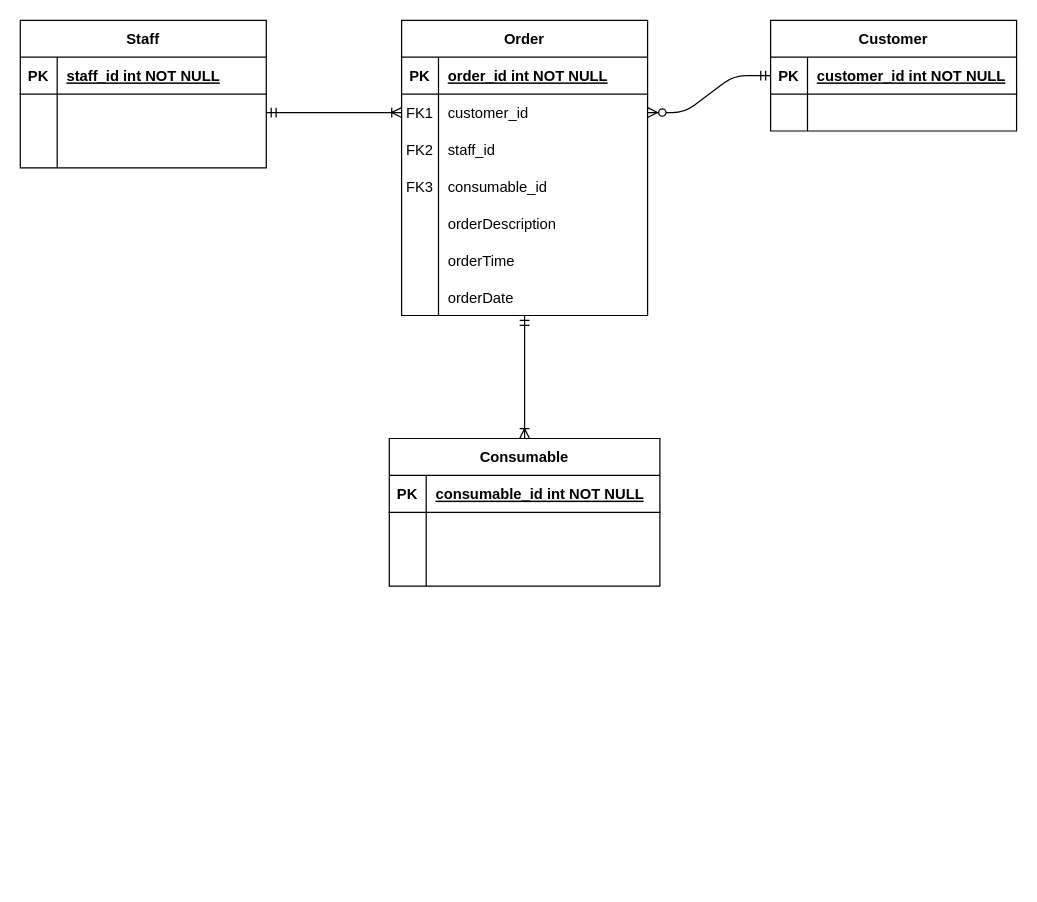
BeoVR6R/CMPG-223-Data-Model keeps this draw.io diagram as Physical_Data_Model.drawio. Above is the earlier version. Source tidied: cells renumbered, new cells numbered last; positions are measured from the earlier drawing's top-left corner, leaving out a move shared by most shapes. Both pictures are drawn from the tidied source at 123%, with x=0, y=0 at pixel (20, 20).
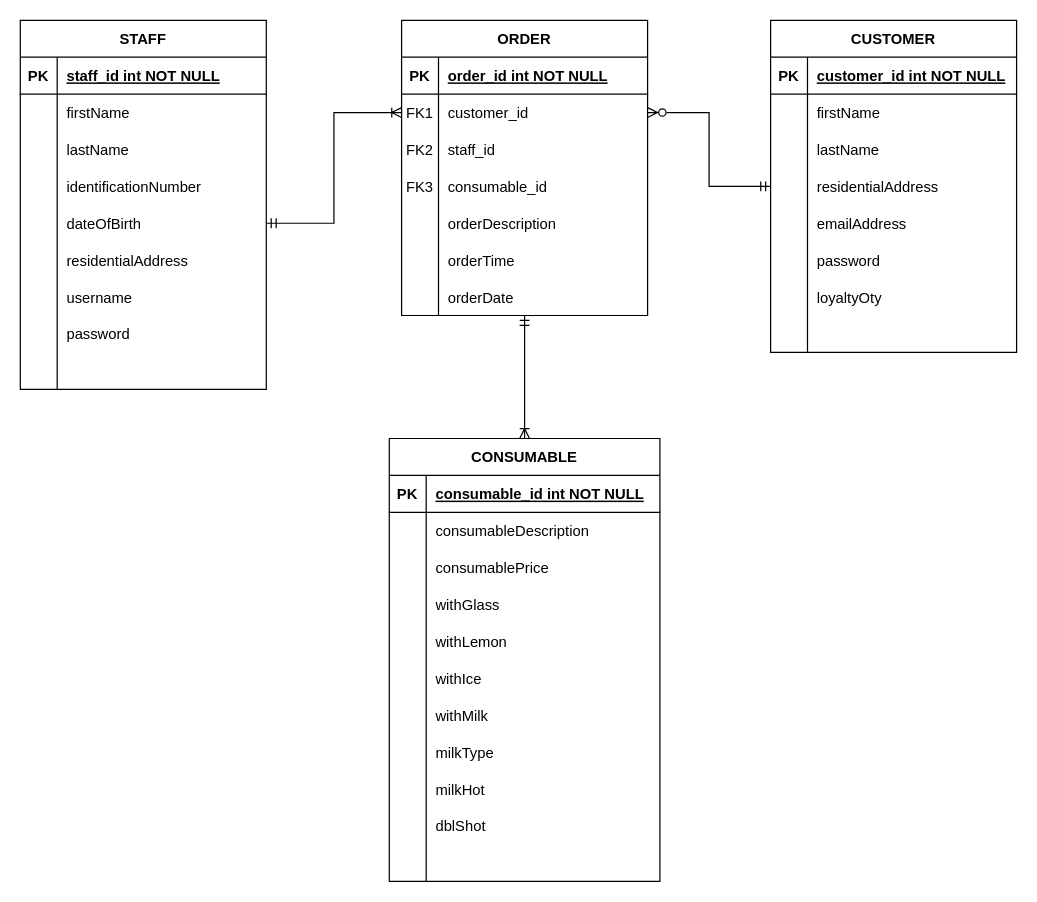
The same diagram, later.

Unchanged cells that the change refers to:
```xml
<mxCell id="7" style="shape=partialRectangle;fillColor=none;points=[[0,0.5],[1,0.5]];portConstraint=eastwest;top=0;left=0;right=0;bottom=0;" parent="3" vertex="1">
  <mxGeometry y="60" width="200" height="30" as="geometry" />
</mxCell>
<mxCell id="37" style="shape=partialRectangle;fillColor=none;points=[[0,0.5],[1,0.5]];portConstraint=eastwest;top=0;left=0;right=0;bottom=1;" parent="36" vertex="1">
  <mxGeometry y="30" width="200" height="30" as="geometry" />
</mxCell>
```

Diff of the diagram source:
```diff
@@
-    <mxCell id="2" style="edgeStyle=entityRelationEdgeStyle;endArrow=ERzeroToMany;startArrow=ERmandOne;endFill=1;startFill=0;" parent="1" edge="1" source="37" target="7">
-      <mxGeometry relative="1" as="geometry" />
-    </mxCell>
-    <mxCell id="3" value="Order" style="shape=table;startSize=30;childLayout=tableLayout;rowLines=0;fontStyle=1;align=center;" parent="1" vertex="1">
+    <mxCell id="3" value="ORDER" style="shape=table;startSize=30;childLayout=tableLayout;rowLines=0;fontStyle=1;align=center;" parent="1" vertex="1">
       <mxGeometry x="310" width="200" height="240" as="geometry" />
     </mxCell>
@@
-    <mxCell id="26" value="Consumable" style="shape=table;startSize=30;childLayout=tableLayout;rowLines=0;fontStyle=1;align=center;" parent="1" vertex="1">
-      <mxGeometry x="300" y="340" width="220" height="120" as="geometry" />
+    <mxCell id="26" value="CONSUMABLE" style="shape=table;startSize=30;childLayout=tableLayout;rowLines=0;fontStyle=1;align=center;" parent="1" vertex="1">
+      <mxGeometry x="300" y="340" width="220" height="360" as="geometry" />
     </mxCell>
@@
+    <mxCell id="33" style="shape=partialRectangle;fillColor=none;top=0;left=0;right=0;bottom=0;" parent="26" vertex="1">
+      <mxGeometry y="60" width="220" height="30" as="geometry" />
+    </mxCell>
+    <mxCell id="34" style="shape=partialRectangle;overflow=hidden;fillColor=none;top=0;left=0;bottom=0;right=0;" parent="33" vertex="1">
+      <mxGeometry width="30" height="30" as="geometry" />
+    </mxCell>
+    <mxCell id="35" value="consumableDescription" style="shape=partialRectangle;overflow=hidden;fillColor=none;top=0;left=0;bottom=0;right=0;align=left;spacingLeft=6;" parent="33" vertex="1">
+      <mxGeometry x="30" width="190" height="30" as="geometry" />
+    </mxCell>
+    <mxCell id="54" style="shape=partialRectangle;fillColor=none;top=0;left=0;right=0;bottom=0;" parent="26" vertex="1">
+      <mxGeometry y="90" width="220" height="30" as="geometry" />
+    </mxCell>
+    <mxCell id="55" style="shape=partialRectangle;overflow=hidden;fillColor=none;top=0;left=0;bottom=0;right=0;" parent="54" vertex="1">
+      <mxGeometry width="30" height="30" as="geometry" />
+    </mxCell>
+    <mxCell id="56" value="consumablePrice" style="shape=partialRectangle;overflow=hidden;fillColor=none;top=0;left=0;bottom=0;right=0;align=left;spacingLeft=6;" parent="54" vertex="1">
+      <mxGeometry x="30" width="190" height="30" as="geometry" />
+    </mxCell>
+    <mxCell id="57" style="shape=partialRectangle;fillColor=none;top=0;left=0;right=0;bottom=0;" parent="26" vertex="1">
+      <mxGeometry y="120" width="220" height="30" as="geometry" />
+    </mxCell>
+    <mxCell id="58" style="shape=partialRectangle;overflow=hidden;fillColor=none;top=0;left=0;bottom=0;right=0;" parent="57" vertex="1">
+      <mxGeometry width="30" height="30" as="geometry" />
+    </mxCell>
+    <mxCell id="59" value="withGlass" style="shape=partialRectangle;overflow=hidden;fillColor=none;top=0;left=0;bottom=0;right=0;align=left;spacingLeft=6;" parent="57" vertex="1">
+      <mxGeometry x="30" width="190" height="30" as="geometry" />
+    </mxCell>
+    <mxCell id="60" style="shape=partialRectangle;fillColor=none;top=0;left=0;right=0;bottom=0;" parent="26" vertex="1">
+      <mxGeometry y="150" width="220" height="30" as="geometry" />
+    </mxCell>
+    <mxCell id="61" style="shape=partialRectangle;overflow=hidden;fillColor=none;top=0;left=0;bottom=0;right=0;" parent="60" vertex="1">
+      <mxGeometry width="30" height="30" as="geometry" />
+    </mxCell>
+    <mxCell id="62" value="withLemon" style="shape=partialRectangle;overflow=hidden;fillColor=none;top=0;left=0;bottom=0;right=0;align=left;spacingLeft=6;" parent="60" vertex="1">
+      <mxGeometry x="30" width="190" height="30" as="geometry" />
+    </mxCell>
+    <mxCell id="63" style="shape=partialRectangle;fillColor=none;top=0;left=0;right=0;bottom=0;" parent="26" vertex="1">
+      <mxGeometry y="180" width="220" height="30" as="geometry" />
+    </mxCell>
+    <mxCell id="64" style="shape=partialRectangle;overflow=hidden;fillColor=none;top=0;left=0;bottom=0;right=0;" parent="63" vertex="1">
+      <mxGeometry width="30" height="30" as="geometry" />
+    </mxCell>
+    <mxCell id="65" value="withIce" style="shape=partialRectangle;overflow=hidden;fillColor=none;top=0;left=0;bottom=0;right=0;align=left;spacingLeft=6;" parent="63" vertex="1">
+      <mxGeometry x="30" width="190" height="30" as="geometry" />
+    </mxCell>
+    <mxCell id="66" style="shape=partialRectangle;fillColor=none;top=0;left=0;right=0;bottom=0;" parent="26" vertex="1">
+      <mxGeometry y="210" width="220" height="30" as="geometry" />
+    </mxCell>
+    <mxCell id="67" style="shape=partialRectangle;overflow=hidden;fillColor=none;top=0;left=0;bottom=0;right=0;" parent="66" vertex="1">
+      <mxGeometry width="30" height="30" as="geometry" />
+    </mxCell>
+    <mxCell id="68" value="withMilk" style="shape=partialRectangle;overflow=hidden;fillColor=none;top=0;left=0;bottom=0;right=0;align=left;spacingLeft=6;" parent="66" vertex="1">
+      <mxGeometry x="30" width="190" height="30" as="geometry" />
+    </mxCell>
+    <mxCell id="69" style="shape=partialRectangle;fillColor=none;top=0;left=0;right=0;bottom=0;" parent="26" vertex="1">
+      <mxGeometry y="240" width="220" height="30" as="geometry" />
+    </mxCell>
+    <mxCell id="70" style="shape=partialRectangle;overflow=hidden;fillColor=none;top=0;left=0;bottom=0;right=0;" parent="69" vertex="1">
+      <mxGeometry width="30" height="30" as="geometry" />
+    </mxCell>
+    <mxCell id="71" value="milkType" style="shape=partialRectangle;overflow=hidden;fillColor=none;top=0;left=0;bottom=0;right=0;align=left;spacingLeft=6;" parent="69" vertex="1">
+      <mxGeometry x="30" width="190" height="30" as="geometry" />
+    </mxCell>
+    <mxCell id="72" style="shape=partialRectangle;fillColor=none;top=0;left=0;right=0;bottom=0;" parent="26" vertex="1">
+      <mxGeometry y="270" width="220" height="30" as="geometry" />
+    </mxCell>
+    <mxCell id="73" style="shape=partialRectangle;overflow=hidden;fillColor=none;top=0;left=0;bottom=0;right=0;" parent="72" vertex="1">
+      <mxGeometry width="30" height="30" as="geometry" />
+    </mxCell>
+    <mxCell id="74" value="milkHot" style="shape=partialRectangle;overflow=hidden;fillColor=none;top=0;left=0;bottom=0;right=0;align=left;spacingLeft=6;" parent="72" vertex="1">
+      <mxGeometry x="30" width="190" height="30" as="geometry" />
+    </mxCell>
+    <mxCell id="75" style="shape=partialRectangle;fillColor=none;top=0;left=0;right=0;bottom=0;" parent="26" vertex="1">
+      <mxGeometry y="300" width="220" height="30" as="geometry" />
+    </mxCell>
+    <mxCell id="76" style="shape=partialRectangle;overflow=hidden;fillColor=none;top=0;left=0;bottom=0;right=0;" parent="75" vertex="1">
+      <mxGeometry width="30" height="30" as="geometry" />
+    </mxCell>
+    <mxCell id="77" value="dblShot" style="shape=partialRectangle;overflow=hidden;fillColor=none;top=0;left=0;bottom=0;right=0;align=left;spacingLeft=6;" parent="75" vertex="1">
+      <mxGeometry x="30" width="190" height="30" as="geometry" />
+    </mxCell>
     <mxCell id="30" style="shape=partialRectangle;fillColor=none;top=0;left=0;right=0;bottom=0;" parent="26" vertex="1">
-      <mxGeometry y="60" width="220" height="30" as="geometry" />
+      <mxGeometry y="330" width="220" height="30" as="geometry" />
     </mxCell>
@@
-    <mxCell id="33" style="shape=partialRectangle;fillColor=none;top=0;left=0;right=0;bottom=0;" parent="26" vertex="1">
-      <mxGeometry y="90" width="220" height="30" as="geometry" />
-    </mxCell>
-    <mxCell id="34" style="shape=partialRectangle;overflow=hidden;fillColor=none;top=0;left=0;bottom=0;right=0;" parent="33" vertex="1">
-      <mxGeometry width="30" height="30" as="geometry" />
-    </mxCell>
-    <mxCell id="35" style="shape=partialRectangle;overflow=hidden;fillColor=none;top=0;left=0;bottom=0;right=0;align=left;spacingLeft=6;" parent="33" vertex="1">
-      <mxGeometry x="30" width="190" height="30" as="geometry" />
-    </mxCell>
-    <mxCell id="36" value="Customer" style="shape=table;startSize=30;childLayout=tableLayout;rowLines=0;fontStyle=1;align=center;" parent="1" vertex="1">
-      <mxGeometry x="610" width="200" height="90" as="geometry" />
+    <mxCell id="36" value="CUSTOMER" style="shape=table;startSize=30;childLayout=tableLayout;rowLines=0;fontStyle=1;align=center;" parent="1" vertex="1">
+      <mxGeometry x="610" width="200" height="270" as="geometry" />
     </mxCell>
@@
+    <mxCell id="78" style="shape=partialRectangle;fillColor=none;top=0;left=0;right=0;bottom=0;" parent="36" vertex="1">
+      <mxGeometry y="60" width="200" height="30" as="geometry" />
+    </mxCell>
+    <mxCell id="79" style="shape=partialRectangle;overflow=hidden;fillColor=none;top=0;left=0;bottom=0;right=0;" parent="78" vertex="1">
+      <mxGeometry width="30" height="30" as="geometry" />
+    </mxCell>
+    <mxCell id="80" value="firstName" style="shape=partialRectangle;overflow=hidden;fillColor=none;top=0;left=0;bottom=0;right=0;align=left;spacingLeft=6;" parent="78" vertex="1">
+      <mxGeometry x="30" width="170" height="30" as="geometry" />
+    </mxCell>
+    <mxCell id="81" style="shape=partialRectangle;fillColor=none;top=0;left=0;right=0;bottom=0;" parent="36" vertex="1">
+      <mxGeometry y="90" width="200" height="30" as="geometry" />
+    </mxCell>
+    <mxCell id="82" style="shape=partialRectangle;overflow=hidden;fillColor=none;top=0;left=0;bottom=0;right=0;" parent="81" vertex="1">
+      <mxGeometry width="30" height="30" as="geometry" />
+    </mxCell>
+    <mxCell id="83" value="lastName" style="shape=partialRectangle;overflow=hidden;fillColor=none;top=0;left=0;bottom=0;right=0;align=left;spacingLeft=6;" parent="81" vertex="1">
+      <mxGeometry x="30" width="170" height="30" as="geometry" />
+    </mxCell>
+    <mxCell id="84" style="shape=partialRectangle;fillColor=none;points=[[0,0.5],[1,0.5]];portConstraint=eastwest;top=0;left=0;right=0;bottom=0;" parent="36" vertex="1">
+      <mxGeometry y="120" width="200" height="30" as="geometry" />
+    </mxCell>
+    <mxCell id="85" style="shape=partialRectangle;overflow=hidden;fillColor=none;top=0;left=0;bottom=0;right=0;" parent="84" vertex="1">
+      <mxGeometry width="30" height="30" as="geometry" />
+    </mxCell>
+    <mxCell id="86" value="residentialAddress" style="shape=partialRectangle;overflow=hidden;fillColor=none;top=0;left=0;bottom=0;right=0;align=left;spacingLeft=6;" parent="84" vertex="1">
+      <mxGeometry x="30" width="170" height="30" as="geometry" />
+    </mxCell>
+    <mxCell id="87" style="shape=partialRectangle;fillColor=none;top=0;left=0;right=0;bottom=0;" parent="36" vertex="1">
+      <mxGeometry y="150" width="200" height="30" as="geometry" />
+    </mxCell>
+    <mxCell id="88" style="shape=partialRectangle;overflow=hidden;fillColor=none;top=0;left=0;bottom=0;right=0;" parent="87" vertex="1">
+      <mxGeometry width="30" height="30" as="geometry" />
+    </mxCell>
+    <mxCell id="89" value="emailAddress" style="shape=partialRectangle;overflow=hidden;fillColor=none;top=0;left=0;bottom=0;right=0;align=left;spacingLeft=6;" parent="87" vertex="1">
+      <mxGeometry x="30" width="170" height="30" as="geometry" />
+    </mxCell>
+    <mxCell id="90" style="shape=partialRectangle;fillColor=none;top=0;left=0;right=0;bottom=0;" parent="36" vertex="1">
+      <mxGeometry y="180" width="200" height="30" as="geometry" />
+    </mxCell>
+    <mxCell id="91" style="shape=partialRectangle;overflow=hidden;fillColor=none;top=0;left=0;bottom=0;right=0;" parent="90" vertex="1">
+      <mxGeometry width="30" height="30" as="geometry" />
+    </mxCell>
+    <mxCell id="92" value="password" style="shape=partialRectangle;overflow=hidden;fillColor=none;top=0;left=0;bottom=0;right=0;align=left;spacingLeft=6;" parent="90" vertex="1">
+      <mxGeometry x="30" width="170" height="30" as="geometry" />
+    </mxCell>
+    <mxCell id="93" style="shape=partialRectangle;fillColor=none;top=0;left=0;right=0;bottom=0;" parent="36" vertex="1">
+      <mxGeometry y="210" width="200" height="30" as="geometry" />
+    </mxCell>
+    <mxCell id="94" style="shape=partialRectangle;overflow=hidden;fillColor=none;top=0;left=0;bottom=0;right=0;" parent="93" vertex="1">
+      <mxGeometry width="30" height="30" as="geometry" />
+    </mxCell>
+    <mxCell id="95" value="loyaltyOty" style="shape=partialRectangle;overflow=hidden;fillColor=none;top=0;left=0;bottom=0;right=0;align=left;spacingLeft=6;" parent="93" vertex="1">
+      <mxGeometry x="30" width="170" height="30" as="geometry" />
+    </mxCell>
     <mxCell id="40" style="shape=partialRectangle;fillColor=none;top=0;left=0;right=0;bottom=0;" parent="36" vertex="1">
-      <mxGeometry y="60" width="200" height="30" as="geometry" />
+      <mxGeometry y="240" width="200" height="30" as="geometry" />
     </mxCell>
@@
-    <mxCell id="43" value="Staff" style="shape=table;startSize=30;childLayout=tableLayout;rowLines=0;fontStyle=1;align=center;" parent="1" vertex="1">
-      <mxGeometry width="200" height="120" as="geometry" />
+    <mxCell id="43" value="STAFF" style="shape=table;startSize=30;childLayout=tableLayout;rowLines=0;fontStyle=1;align=center;" parent="1" vertex="1">
+      <mxGeometry width="200" height="300" as="geometry" />
     </mxCell>
@@
+    <mxCell id="50" style="shape=partialRectangle;fillColor=none;top=0;left=0;right=0;bottom=0;" parent="43" vertex="1">
+      <mxGeometry y="60" width="200" height="30" as="geometry" />
+    </mxCell>
+    <mxCell id="51" style="shape=partialRectangle;overflow=hidden;fillColor=none;top=0;left=0;bottom=0;right=0;" parent="50" vertex="1">
+      <mxGeometry width="30" height="30" as="geometry" />
+    </mxCell>
+    <mxCell id="52" value="firstName" style="shape=partialRectangle;overflow=hidden;fillColor=none;top=0;left=0;bottom=0;right=0;align=left;spacingLeft=6;" parent="50" vertex="1">
+      <mxGeometry x="30" width="170" height="30" as="geometry" />
+    </mxCell>
+    <mxCell id="96" style="shape=partialRectangle;fillColor=none;top=0;left=0;right=0;bottom=0;" parent="43" vertex="1">
+      <mxGeometry y="90" width="200" height="30" as="geometry" />
+    </mxCell>
+    <mxCell id="97" style="shape=partialRectangle;overflow=hidden;fillColor=none;top=0;left=0;bottom=0;right=0;" parent="96" vertex="1">
+      <mxGeometry width="30" height="30" as="geometry" />
+    </mxCell>
+    <mxCell id="98" value="lastName" style="shape=partialRectangle;overflow=hidden;fillColor=none;top=0;left=0;bottom=0;right=0;align=left;spacingLeft=6;" parent="96" vertex="1">
+      <mxGeometry x="30" width="170" height="30" as="geometry" />
+    </mxCell>
+    <mxCell id="99" style="shape=partialRectangle;fillColor=none;top=0;left=0;right=0;bottom=0;" parent="43" vertex="1">
+      <mxGeometry y="120" width="200" height="30" as="geometry" />
+    </mxCell>
+    <mxCell id="100" style="shape=partialRectangle;overflow=hidden;fillColor=none;top=0;left=0;bottom=0;right=0;" parent="99" vertex="1">
+      <mxGeometry width="30" height="30" as="geometry" />
+    </mxCell>
+    <mxCell id="101" value="identificationNumber" style="shape=partialRectangle;overflow=hidden;fillColor=none;top=0;left=0;bottom=0;right=0;align=left;spacingLeft=6;" parent="99" vertex="1">
+      <mxGeometry x="30" width="170" height="30" as="geometry" />
+    </mxCell>
+    <mxCell id="102" style="shape=partialRectangle;fillColor=none;points=[[0,0.5],[1,0.5]];portConstraint=eastwest;top=0;left=0;right=0;bottom=0;" parent="43" vertex="1">
+      <mxGeometry y="150" width="200" height="30" as="geometry" />
+    </mxCell>
+    <mxCell id="103" style="shape=partialRectangle;overflow=hidden;fillColor=none;top=0;left=0;bottom=0;right=0;" parent="102" vertex="1">
+      <mxGeometry width="30" height="30" as="geometry" />
+    </mxCell>
+    <mxCell id="104" value="dateOfBirth" style="shape=partialRectangle;overflow=hidden;fillColor=none;top=0;left=0;bottom=0;right=0;align=left;spacingLeft=6;" parent="102" vertex="1">
+      <mxGeometry x="30" width="170" height="30" as="geometry" />
+    </mxCell>
+    <mxCell id="105" style="shape=partialRectangle;fillColor=none;top=0;left=0;right=0;bottom=0;" parent="43" vertex="1">
+      <mxGeometry y="180" width="200" height="30" as="geometry" />
+    </mxCell>
+    <mxCell id="106" style="shape=partialRectangle;overflow=hidden;fillColor=none;top=0;left=0;bottom=0;right=0;" parent="105" vertex="1">
+      <mxGeometry width="30" height="30" as="geometry" />
+    </mxCell>
+    <mxCell id="107" value="residentialAddress" style="shape=partialRectangle;overflow=hidden;fillColor=none;top=0;left=0;bottom=0;right=0;align=left;spacingLeft=6;" parent="105" vertex="1">
+      <mxGeometry x="30" width="170" height="30" as="geometry" />
+    </mxCell>
+    <mxCell id="108" style="shape=partialRectangle;fillColor=none;top=0;left=0;right=0;bottom=0;" parent="43" vertex="1">
+      <mxGeometry y="210" width="200" height="30" as="geometry" />
+    </mxCell>
+    <mxCell id="109" style="shape=partialRectangle;overflow=hidden;fillColor=none;top=0;left=0;bottom=0;right=0;" parent="108" vertex="1">
+      <mxGeometry width="30" height="30" as="geometry" />
+    </mxCell>
+    <mxCell id="110" value="username" style="shape=partialRectangle;overflow=hidden;fillColor=none;top=0;left=0;bottom=0;right=0;align=left;spacingLeft=6;" parent="108" vertex="1">
+      <mxGeometry x="30" width="170" height="30" as="geometry" />
+    </mxCell>
+    <mxCell id="111" style="shape=partialRectangle;fillColor=none;top=0;left=0;right=0;bottom=0;" parent="43" vertex="1">
+      <mxGeometry y="240" width="200" height="30" as="geometry" />
+    </mxCell>
+    <mxCell id="112" style="shape=partialRectangle;overflow=hidden;fillColor=none;top=0;left=0;bottom=0;right=0;" parent="111" vertex="1">
+      <mxGeometry width="30" height="30" as="geometry" />
+    </mxCell>
+    <mxCell id="113" value="password" style="shape=partialRectangle;overflow=hidden;fillColor=none;top=0;left=0;bottom=0;right=0;align=left;spacingLeft=6;" parent="111" vertex="1">
+      <mxGeometry x="30" width="170" height="30" as="geometry" />
+    </mxCell>
     <mxCell id="47" style="shape=partialRectangle;fillColor=none;points=[[0,0.5],[1,0.5]];portConstraint=eastwest;top=0;left=0;right=0;bottom=0;" parent="43" vertex="1">
-      <mxGeometry y="60" width="200" height="30" as="geometry" />
+      <mxGeometry y="270" width="200" height="30" as="geometry" />
     </mxCell>
@@
-    <mxCell id="50" style="shape=partialRectangle;fillColor=none;top=0;left=0;right=0;bottom=0;" parent="43" vertex="1">
-      <mxGeometry y="90" width="200" height="30" as="geometry" />
-    </mxCell>
-    <mxCell id="51" style="shape=partialRectangle;overflow=hidden;fillColor=none;top=0;left=0;bottom=0;right=0;" parent="50" vertex="1">
-      <mxGeometry width="30" height="30" as="geometry" />
-    </mxCell>
-    <mxCell id="52" style="shape=partialRectangle;overflow=hidden;fillColor=none;top=0;left=0;bottom=0;right=0;align=left;spacingLeft=6;" parent="50" vertex="1">
-      <mxGeometry x="30" width="170" height="30" as="geometry" />
-    </mxCell>
-    <mxCell id="53" style="edgeStyle=orthogonalEdgeStyle;rounded=0;jettySize=auto;html=1;exitX=1;exitY=0.5;exitDx=0;exitDy=0;entryX=0;entryY=0.5;entryDx=0;entryDy=0;startArrow=ERmandOne;startFill=0;endArrow=ERoneToMany;endFill=0;" parent="1" edge="1" source="47" target="7">
+    <mxCell id="53" style="edgeStyle=orthogonalEdgeStyle;rounded=0;jettySize=auto;html=1;exitX=1;exitY=0.5;exitDx=0;exitDy=0;entryX=0;entryY=0.5;entryDx=0;entryDy=0;startArrow=ERmandOne;startFill=0;endArrow=ERoneToMany;endFill=0;" parent="1" edge="1" source="102" target="7">
       <mxGeometry relative="1" as="geometry" />
     </mxCell>
+    <mxCell id="114" style="edgeStyle=orthogonalEdgeStyle;rounded=0;jettySize=auto;html=1;exitX=0;exitY=0.5;exitDx=0;exitDy=0;entryX=1;entryY=0.5;entryDx=0;entryDy=0;startArrow=ERmandOne;startFill=0;endArrow=ERzeroToMany;endFill=0;" parent="1" edge="1" source="84" target="7">
+      <mxGeometry relative="1" as="geometry" />
+    </mxCell>
```
